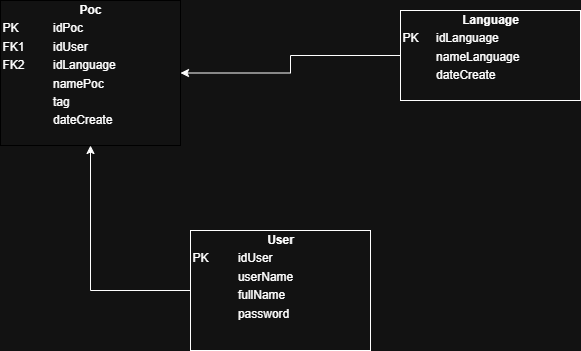
The draw.io diagram architecture/poc-tracker/01.overall.architecture-UML Database.drawio.png in codegik/team-red, before a commit. Source tidied: cells renumbered, new cells last; positions are measured from the earlier drawing's top-left corner, leaving out a move shared by most shapes. Source of this version:
```xml
<mxGraphModel>
  <root>
    <mxCell id="0" />
    <mxCell id="1" parent="0" />
    <mxCell id="2" value="&lt;div style=&quot;text-align: center; box-sizing: border-box; width: 100%; background-image: initial; background-position: initial; background-size: initial; background-repeat: initial; background-attachment: initial; background-origin: initial; background-clip: initial; padding: 2px;&quot;&gt;&lt;span&gt;&lt;b&gt;Poc&lt;/b&gt;&lt;/span&gt;&lt;/div&gt;&lt;table style=&quot;width:100%;font-size:1em;&quot; cellpadding=&quot;2&quot; cellspacing=&quot;0&quot;&gt;&lt;tbody&gt;&lt;tr&gt;&lt;td&gt;PK&lt;/td&gt;&lt;td&gt;idPoc&lt;/td&gt;&lt;/tr&gt;&lt;tr&gt;&lt;td&gt;FK1&lt;/td&gt;&lt;td&gt;idUser&lt;br&gt;&lt;/td&gt;&lt;/tr&gt;&lt;tr&gt;&lt;td&gt;FK2&lt;/td&gt;&lt;td&gt;idLanguage&lt;br&gt;&lt;/td&gt;&lt;/tr&gt;&lt;tr&gt;&lt;td&gt;&lt;br&gt;&lt;/td&gt;&lt;td&gt;namePoc&lt;/td&gt;&lt;/tr&gt;&lt;tr&gt;&lt;td&gt;&lt;br&gt;&lt;/td&gt;&lt;td&gt;tag&lt;/td&gt;&lt;/tr&gt;&lt;tr&gt;&lt;td&gt;&lt;br&gt;&lt;/td&gt;&lt;td&gt;dateCreate&lt;/td&gt;&lt;/tr&gt;&lt;/tbody&gt;&lt;/table&gt;" style="verticalAlign=top;align=left;overflow=fill;html=1;whiteSpace=wrap;strokeColor=#000000;" parent="1" vertex="1">
      <mxGeometry width="180" height="145" as="geometry" />
    </mxCell>
    <mxCell id="3" style="edgeStyle=orthogonalEdgeStyle;rounded=0;jettySize=auto;html=1;" parent="1" edge="1" source="4" target="2">
      <mxGeometry relative="1" as="geometry" />
    </mxCell>
    <mxCell id="4" value="&lt;div style=&quot;text-align: center; box-sizing: border-box; width: 100%; background-image: initial; background-position: initial; background-size: initial; background-repeat: initial; background-attachment: initial; background-origin: initial; background-clip: initial; padding: 2px;&quot;&gt;&lt;span&gt;&lt;b&gt;Language&lt;/b&gt;&lt;/span&gt;&lt;/div&gt;&lt;table style=&quot;width:100%;font-size:1em;&quot; cellpadding=&quot;2&quot; cellspacing=&quot;0&quot;&gt;&lt;tbody&gt;&lt;tr&gt;&lt;td&gt;PK&lt;/td&gt;&lt;td&gt;idLanguage&lt;/td&gt;&lt;/tr&gt;&lt;tr&gt;&lt;td&gt;&lt;br&gt;&lt;/td&gt;&lt;td&gt;nameLanguage&lt;/td&gt;&lt;/tr&gt;&lt;tr&gt;&lt;td&gt;&lt;/td&gt;&lt;td&gt;dateCreate&lt;/td&gt;&lt;/tr&gt;&lt;/tbody&gt;&lt;/table&gt;" style="verticalAlign=top;align=left;overflow=fill;html=1;whiteSpace=wrap;" parent="1" vertex="1">
      <mxGeometry x="400" y="10" width="180" height="90" as="geometry" />
    </mxCell>
    <mxCell id="5" style="edgeStyle=orthogonalEdgeStyle;rounded=0;jettySize=auto;html=1;" parent="1" edge="1" source="6" target="2">
      <mxGeometry relative="1" as="geometry" />
    </mxCell>
    <mxCell id="6" value="&lt;div style=&quot;text-align: center; box-sizing: border-box; width: 100%; background-image: initial; background-position: initial; background-size: initial; background-repeat: initial; background-attachment: initial; background-origin: initial; background-clip: initial; padding: 2px;&quot;&gt;&lt;span&gt;&lt;b&gt;User&lt;/b&gt;&lt;/span&gt;&lt;/div&gt;&lt;table style=&quot;width:100%;font-size:1em;&quot; cellpadding=&quot;2&quot; cellspacing=&quot;0&quot;&gt;&lt;tbody&gt;&lt;tr&gt;&lt;td&gt;PK&lt;/td&gt;&lt;td&gt;idUser&lt;/td&gt;&lt;/tr&gt;&lt;tr&gt;&lt;td&gt;&lt;br&gt;&lt;/td&gt;&lt;td&gt;userName&lt;/td&gt;&lt;/tr&gt;&lt;tr&gt;&lt;td&gt;&lt;/td&gt;&lt;td&gt;fullName&lt;/td&gt;&lt;/tr&gt;&lt;tr&gt;&lt;td&gt;&lt;br&gt;&lt;/td&gt;&lt;td&gt;password&lt;/td&gt;&lt;/tr&gt;&lt;tr&gt;&lt;td&gt;&lt;br&gt;&lt;/td&gt;&lt;td&gt;&lt;br&gt;&lt;/td&gt;&lt;/tr&gt;&lt;/tbody&gt;&lt;/table&gt;" style="verticalAlign=top;align=left;overflow=fill;html=1;whiteSpace=wrap;" parent="1" vertex="1">
      <mxGeometry x="190" y="230" width="180" height="120" as="geometry" />
    </mxCell>
  </root>
</mxGraphModel>
```
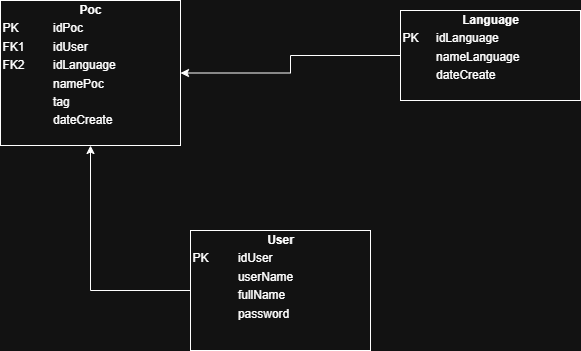
Above is the later version.

Commit message:
UML database ajust

What changed in the source:
```diff
@@ -2,7 +2,7 @@
   <root>
     <mxCell id="0" />
     <mxCell id="1" parent="0" />
-    <mxCell id="2" value="&lt;div style=&quot;text-align: center; box-sizing: border-box; width: 100%; background-image: initial; background-position: initial; background-size: initial; background-repeat: initial; background-attachment: initial; background-origin: initial; background-clip: initial; padding: 2px;&quot;&gt;&lt;span&gt;&lt;b&gt;Poc&lt;/b&gt;&lt;/span&gt;&lt;/div&gt;&lt;table style=&quot;width:100%;font-size:1em;&quot; cellpadding=&quot;2&quot; cellspacing=&quot;0&quot;&gt;&lt;tbody&gt;&lt;tr&gt;&lt;td&gt;PK&lt;/td&gt;&lt;td&gt;idPoc&lt;/td&gt;&lt;/tr&gt;&lt;tr&gt;&lt;td&gt;FK1&lt;/td&gt;&lt;td&gt;idUser&lt;br&gt;&lt;/td&gt;&lt;/tr&gt;&lt;tr&gt;&lt;td&gt;FK2&lt;/td&gt;&lt;td&gt;idLanguage&lt;br&gt;&lt;/td&gt;&lt;/tr&gt;&lt;tr&gt;&lt;td&gt;&lt;br&gt;&lt;/td&gt;&lt;td&gt;namePoc&lt;/td&gt;&lt;/tr&gt;&lt;tr&gt;&lt;td&gt;&lt;br&gt;&lt;/td&gt;&lt;td&gt;tag&lt;/td&gt;&lt;/tr&gt;&lt;tr&gt;&lt;td&gt;&lt;br&gt;&lt;/td&gt;&lt;td&gt;dateCreate&lt;/td&gt;&lt;/tr&gt;&lt;/tbody&gt;&lt;/table&gt;" style="verticalAlign=top;align=left;overflow=fill;html=1;whiteSpace=wrap;strokeColor=#000000;" parent="1" vertex="1">
+    <mxCell id="2" value="&lt;div style=&quot;text-align: center; box-sizing: border-box; width: 100%; background-image: initial; background-position: initial; background-size: initial; background-repeat: initial; background-attachment: initial; background-origin: initial; background-clip: initial; padding: 2px;&quot;&gt;&lt;span&gt;&lt;b&gt;Poc&lt;/b&gt;&lt;/span&gt;&lt;/div&gt;&lt;table style=&quot;width:100%;font-size:1em;&quot; cellpadding=&quot;2&quot; cellspacing=&quot;0&quot;&gt;&lt;tbody&gt;&lt;tr&gt;&lt;td&gt;PK&lt;/td&gt;&lt;td&gt;idPoc&lt;/td&gt;&lt;/tr&gt;&lt;tr&gt;&lt;td&gt;FK1&lt;/td&gt;&lt;td&gt;idUser&lt;br&gt;&lt;/td&gt;&lt;/tr&gt;&lt;tr&gt;&lt;td&gt;FK2&lt;/td&gt;&lt;td&gt;idLanguage&lt;br&gt;&lt;/td&gt;&lt;/tr&gt;&lt;tr&gt;&lt;td&gt;&lt;br&gt;&lt;/td&gt;&lt;td&gt;namePoc&lt;/td&gt;&lt;/tr&gt;&lt;tr&gt;&lt;td&gt;&lt;br&gt;&lt;/td&gt;&lt;td&gt;tag&lt;/td&gt;&lt;/tr&gt;&lt;tr&gt;&lt;td&gt;&lt;br&gt;&lt;/td&gt;&lt;td&gt;dateCreate&lt;/td&gt;&lt;/tr&gt;&lt;/tbody&gt;&lt;/table&gt;" style="verticalAlign=top;align=left;overflow=fill;html=1;whiteSpace=wrap;strokeColor=default;" parent="1" vertex="1">
       <mxGeometry width="180" height="145" as="geometry" />
     </mxCell>
     <mxCell id="3" style="edgeStyle=orthogonalEdgeStyle;rounded=0;jettySize=auto;html=1;" parent="1" edge="1" source="4" target="2">
```
